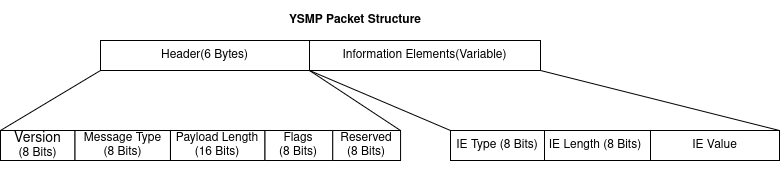
The draw.io diagram docs/images/ysmp_str.png in chandharlabs/yesdr-standard, before a commit. Source tidied: cells renumbered, new cells last; positions are measured from the earlier drawing's top-left corner, leaving out a move shared by most shapes. The source it was exported from:
```xml
<mxGraphModel>
  <root>
    <mxCell id="0" />
    <mxCell id="1" parent="0" />
    <mxCell id="2" style="group;" parent="1" vertex="1">
      <mxGeometry width="779" height="170" as="geometry" />
    </mxCell>
    <mxCell id="3" value="Header(6 Bytes)" style="rounded=0;whiteSpace=wrap;html=1;strokeColor=default;" parent="2" vertex="1">
      <mxGeometry x="100" y="40" width="209" height="30" as="geometry" />
    </mxCell>
    <mxCell id="4" value="Information Elements(Variable)" style="rounded=0;whiteSpace=wrap;html=1;strokeColor=default;" parent="2" vertex="1">
      <mxGeometry x="309" y="40" width="231" height="30" as="geometry" />
    </mxCell>
    <mxCell id="5" style="endArrow=none;html=1;rounded=0;exitX=0;exitY=0;exitDx=0;exitDy=0;" parent="2" edge="1" source="10">
      <mxGeometry relative="1" as="geometry">
        <mxPoint x="100" y="70" as="targetPoint" />
      </mxGeometry>
    </mxCell>
    <mxCell id="6" style="endArrow=none;html=1;rounded=0;exitX=1;exitY=0;exitDx=0;exitDy=0;entryX=1;entryY=1;entryDx=0;entryDy=0;" parent="2" edge="1" source="14" target="3">
      <mxGeometry relative="1" as="geometry" />
    </mxCell>
    <mxCell id="7" style="endArrow=none;html=1;rounded=0;entryX=1;entryY=1;entryDx=0;entryDy=0;exitX=1;exitY=0;exitDx=0;exitDy=0;" parent="2" edge="1" source="19" target="4">
      <mxGeometry relative="1" as="geometry" />
    </mxCell>
    <mxCell id="8" style="endArrow=none;html=1;rounded=0;entryX=0;entryY=1;entryDx=0;entryDy=0;exitX=0;exitY=0;exitDx=0;exitDy=0;" parent="2" edge="1" source="18" target="4">
      <mxGeometry relative="1" as="geometry" />
    </mxCell>
    <mxCell id="9" style="group;" parent="2" vertex="1">
      <mxGeometry y="130" width="400" height="40" as="geometry" />
    </mxCell>
    <mxCell id="10" value="&lt;div&gt;&lt;font style=&quot;font-size: 14px;&quot;&gt;Version&lt;/font&gt;&lt;/div&gt;&lt;div&gt;(8 Bits)&lt;/div&gt;" style="rounded=0;whiteSpace=wrap;html=1;" parent="9" vertex="1">
      <mxGeometry width="74.6" height="30" as="geometry" />
    </mxCell>
    <mxCell id="11" value="&lt;div&gt;Message Type&lt;/div&gt;&lt;div&gt;(8 Bits)&lt;/div&gt;" style="rounded=0;whiteSpace=wrap;html=1;" parent="9" vertex="1">
      <mxGeometry x="74.6" width="95.4" height="30" as="geometry" />
    </mxCell>
    <mxCell id="12" value="&lt;div&gt;Payload Length&lt;/div&gt;&lt;div&gt;(16 Bits)&lt;/div&gt;" style="rounded=0;whiteSpace=wrap;html=1;" parent="9" vertex="1">
      <mxGeometry x="170" width="94.4" height="30" as="geometry" />
    </mxCell>
    <mxCell id="13" value="&lt;div&gt;Flags&lt;/div&gt;&lt;div&gt;(8 Bits)&lt;/div&gt;" style="rounded=0;whiteSpace=wrap;html=1;" parent="9" vertex="1">
      <mxGeometry x="264.4" width="67.8" height="30" as="geometry" />
    </mxCell>
    <mxCell id="14" value="&lt;div&gt;Reserved&lt;/div&gt;&lt;div&gt;(8 Bits)&lt;/div&gt;" style="rounded=0;whiteSpace=wrap;html=1;" parent="9" vertex="1">
      <mxGeometry x="332.2" width="67.8" height="30" as="geometry" />
    </mxCell>
    <mxCell id="15" value="YSMP Packet Structure" style="text;html=1;whiteSpace=wrap;strokeColor=none;fillColor=none;align=center;verticalAlign=middle;rounded=0;fontStyle=1;" parent="2" vertex="1">
      <mxGeometry x="230" width="250" height="40" as="geometry" />
    </mxCell>
    <mxCell id="16" style="group;" parent="2" vertex="1">
      <mxGeometry x="440" y="130" width="339" height="30" as="geometry" />
    </mxCell>
    <mxCell id="17" value="IE Length&amp;nbsp;(8 Bits)" style="rounded=0;whiteSpace=wrap;html=1;" parent="16" vertex="1">
      <mxGeometry x="100" width="110" height="30" as="geometry" />
    </mxCell>
    <mxCell id="18" value="IE Type (8 Bits)" style="rounded=0;whiteSpace=wrap;html=1;" parent="16" vertex="1">
      <mxGeometry x="10" width="94" height="30" as="geometry" />
    </mxCell>
    <mxCell id="19" value="IE Value" style="rounded=0;whiteSpace=wrap;html=1;" parent="16" vertex="1">
      <mxGeometry x="210" width="129" height="30" as="geometry" />
    </mxCell>
  </root>
</mxGraphModel>
```
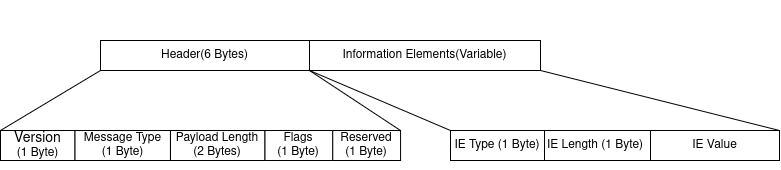
Later version of the same file.

The edit, as a diff of the source:
```diff
@@ -2,59 +2,56 @@
   <root>
     <mxCell id="0" />
     <mxCell id="1" parent="0" />
-    <mxCell id="2" style="group;" parent="1" vertex="1">
-      <mxGeometry width="779" height="170" as="geometry" />
-    </mxCell>
+    <mxCell id="20" style="group;" parent="1" vertex="1">
+      <mxGeometry x="290" y="-20" width="779" height="170" as="geometry" />
+    </mxCell>
-    <mxCell id="3" value="Header(6 Bytes)" style="rounded=0;whiteSpace=wrap;html=1;strokeColor=default;" parent="2" vertex="1">
+    <mxCell id="3" value="Header(6 Bytes)" style="rounded=0;whiteSpace=wrap;html=1;strokeColor=default;" parent="20" vertex="1">
       <mxGeometry x="100" y="40" width="209" height="30" as="geometry" />
     </mxCell>
-    <mxCell id="4" value="Information Elements(Variable)" style="rounded=0;whiteSpace=wrap;html=1;strokeColor=default;" parent="2" vertex="1">
+    <mxCell id="4" value="Information Elements(Variable)" style="rounded=0;whiteSpace=wrap;html=1;strokeColor=default;" parent="20" vertex="1">
       <mxGeometry x="309" y="40" width="231" height="30" as="geometry" />
     </mxCell>
-    <mxCell id="5" style="endArrow=none;html=1;rounded=0;exitX=0;exitY=0;exitDx=0;exitDy=0;" parent="2" edge="1" source="10">
-      <mxGeometry relative="1" as="geometry">
-        <mxPoint x="100" y="70" as="targetPoint" />
-      </mxGeometry>
-    </mxCell>
-    <mxCell id="6" style="endArrow=none;html=1;rounded=0;exitX=1;exitY=0;exitDx=0;exitDy=0;entryX=1;entryY=1;entryDx=0;entryDy=0;" parent="2" edge="1" source="14" target="3">
-      <mxGeometry relative="1" as="geometry" />
-    </mxCell>
+    <mxCell id="21" style="endArrow=none;html=1;rounded=0;exitX=0;exitY=0;exitDx=0;exitDy=0;" parent="20" edge="1" source="24">
+      <mxGeometry relative="1" as="geometry">
+        <mxPoint x="100" y="70" as="targetPoint" />
+      </mxGeometry>
+    </mxCell>
+    <mxCell id="22" style="endArrow=none;html=1;rounded=0;exitX=1;exitY=0;exitDx=0;exitDy=0;entryX=1;entryY=1;entryDx=0;entryDy=0;" parent="20" edge="1" source="28" target="3">
+      <mxGeometry relative="1" as="geometry" />
+    </mxCell>
-    <mxCell id="7" style="endArrow=none;html=1;rounded=0;entryX=1;entryY=1;entryDx=0;entryDy=0;exitX=1;exitY=0;exitDx=0;exitDy=0;" parent="2" edge="1" source="19" target="4">
+    <mxCell id="7" style="endArrow=none;html=1;rounded=0;entryX=1;entryY=1;entryDx=0;entryDy=0;exitX=1;exitY=0;exitDx=0;exitDy=0;" parent="20" edge="1" source="19" target="4">
       <mxGeometry relative="1" as="geometry" />
     </mxCell>
-    <mxCell id="8" style="endArrow=none;html=1;rounded=0;entryX=0;entryY=1;entryDx=0;entryDy=0;exitX=0;exitY=0;exitDx=0;exitDy=0;" parent="2" edge="1" source="18" target="4">
-      <mxGeometry relative="1" as="geometry" />
-    </mxCell>
+    <mxCell id="23" style="endArrow=none;html=1;rounded=0;entryX=0;entryY=1;entryDx=0;entryDy=0;exitX=0;exitY=0;exitDx=0;exitDy=0;" parent="20" edge="1" source="30" target="4">
+      <mxGeometry relative="1" as="geometry" />
+    </mxCell>
-    <mxCell id="9" style="group;" parent="2" vertex="1">
+    <mxCell id="9" style="group;" parent="20" vertex="1">
       <mxGeometry y="130" width="400" height="40" as="geometry" />
     </mxCell>
-    <mxCell id="10" value="&lt;div&gt;&lt;font style=&quot;font-size: 14px;&quot;&gt;Version&lt;/font&gt;&lt;/div&gt;&lt;div&gt;(8 Bits)&lt;/div&gt;" style="rounded=0;whiteSpace=wrap;html=1;" parent="9" vertex="1">
-      <mxGeometry width="74.6" height="30" as="geometry" />
-    </mxCell>
-    <mxCell id="11" value="&lt;div&gt;Message Type&lt;/div&gt;&lt;div&gt;(8 Bits)&lt;/div&gt;" style="rounded=0;whiteSpace=wrap;html=1;" parent="9" vertex="1">
-      <mxGeometry x="74.6" width="95.4" height="30" as="geometry" />
-    </mxCell>
-    <mxCell id="12" value="&lt;div&gt;Payload Length&lt;/div&gt;&lt;div&gt;(16 Bits)&lt;/div&gt;" style="rounded=0;whiteSpace=wrap;html=1;" parent="9" vertex="1">
-      <mxGeometry x="170" width="94.4" height="30" as="geometry" />
-    </mxCell>
-    <mxCell id="13" value="&lt;div&gt;Flags&lt;/div&gt;&lt;div&gt;(8 Bits)&lt;/div&gt;" style="rounded=0;whiteSpace=wrap;html=1;" parent="9" vertex="1">
-      <mxGeometry x="264.4" width="67.8" height="30" as="geometry" />
-    </mxCell>
-    <mxCell id="14" value="&lt;div&gt;Reserved&lt;/div&gt;&lt;div&gt;(8 Bits)&lt;/div&gt;" style="rounded=0;whiteSpace=wrap;html=1;" parent="9" vertex="1">
-      <mxGeometry x="332.2" width="67.8" height="30" as="geometry" />
-    </mxCell>
-    <mxCell id="15" value="YSMP Packet Structure" style="text;html=1;whiteSpace=wrap;strokeColor=none;fillColor=none;align=center;verticalAlign=middle;rounded=0;fontStyle=1;" parent="2" vertex="1">
-      <mxGeometry x="230" width="250" height="40" as="geometry" />
-    </mxCell>
+    <mxCell id="24" value="&lt;div&gt;&lt;font style=&quot;font-size: 14px;&quot;&gt;Version&lt;/font&gt;&lt;/div&gt;&lt;div&gt;(1 Byte)&lt;/div&gt;" style="rounded=0;whiteSpace=wrap;html=1;" parent="9" vertex="1">
+      <mxGeometry width="74.6" height="30" as="geometry" />
+    </mxCell>
+    <mxCell id="25" value="&lt;div&gt;Message Type&lt;/div&gt;&lt;div&gt;(1 Byte)&lt;/div&gt;" style="rounded=0;whiteSpace=wrap;html=1;" parent="9" vertex="1">
+      <mxGeometry x="74.6" width="95.4" height="30" as="geometry" />
+    </mxCell>
+    <mxCell id="26" value="&lt;div&gt;Payload Length&lt;/div&gt;&lt;div&gt;(2 Bytes)&lt;/div&gt;" style="rounded=0;whiteSpace=wrap;html=1;" parent="9" vertex="1">
+      <mxGeometry x="170" width="94.4" height="30" as="geometry" />
+    </mxCell>
+    <mxCell id="27" value="&lt;div&gt;Flags&lt;/div&gt;&lt;div&gt;(1 Byte)&lt;/div&gt;" style="rounded=0;whiteSpace=wrap;html=1;" parent="9" vertex="1">
+      <mxGeometry x="264.4" width="67.8" height="30" as="geometry" />
+    </mxCell>
+    <mxCell id="28" value="&lt;div&gt;Reserved&lt;/div&gt;&lt;div&gt;(1 Byte)&lt;/div&gt;" style="rounded=0;whiteSpace=wrap;html=1;" parent="9" vertex="1">
+      <mxGeometry x="332.2" width="67.8" height="30" as="geometry" />
+    </mxCell>
-    <mxCell id="16" style="group;" parent="2" vertex="1">
+    <mxCell id="16" style="group;" parent="20" vertex="1">
       <mxGeometry x="440" y="130" width="339" height="30" as="geometry" />
     </mxCell>
-    <mxCell id="17" value="IE Length&amp;nbsp;(8 Bits)" style="rounded=0;whiteSpace=wrap;html=1;" parent="16" vertex="1">
-      <mxGeometry x="100" width="110" height="30" as="geometry" />
-    </mxCell>
-    <mxCell id="18" value="IE Type (8 Bits)" style="rounded=0;whiteSpace=wrap;html=1;" parent="16" vertex="1">
-      <mxGeometry x="10" width="94" height="30" as="geometry" />
-    </mxCell>
+    <mxCell id="29" value="IE Length&amp;nbsp;(1 Byte)" style="rounded=0;whiteSpace=wrap;html=1;" parent="16" vertex="1">
+      <mxGeometry x="100" width="110" height="30" as="geometry" />
+    </mxCell>
+    <mxCell id="30" value="IE Type (1 Byte)" style="rounded=0;whiteSpace=wrap;html=1;" parent="16" vertex="1">
+      <mxGeometry x="10" width="94" height="30" as="geometry" />
+    </mxCell>
     <mxCell id="19" value="IE Value" style="rounded=0;whiteSpace=wrap;html=1;" parent="16" vertex="1">
       <mxGeometry x="210" width="129" height="30" as="geometry" />
     </mxCell>
```
